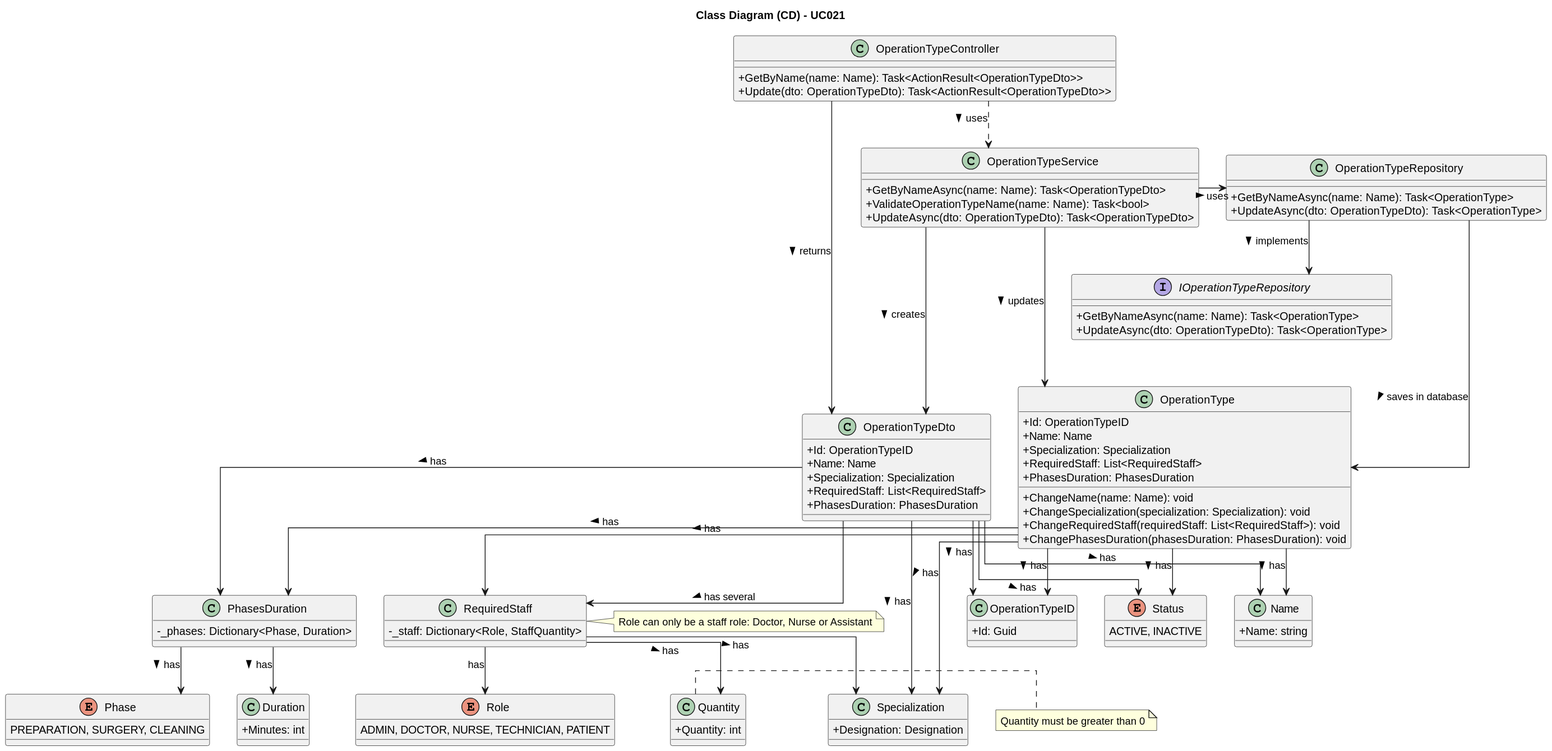
This is docs/SprintA/UseCases/UC021/03.design/svg/uc021-class-diagram.svg from 1221124/sem5pi-24-25-g031, a PlantUML export, as it was before one commit.
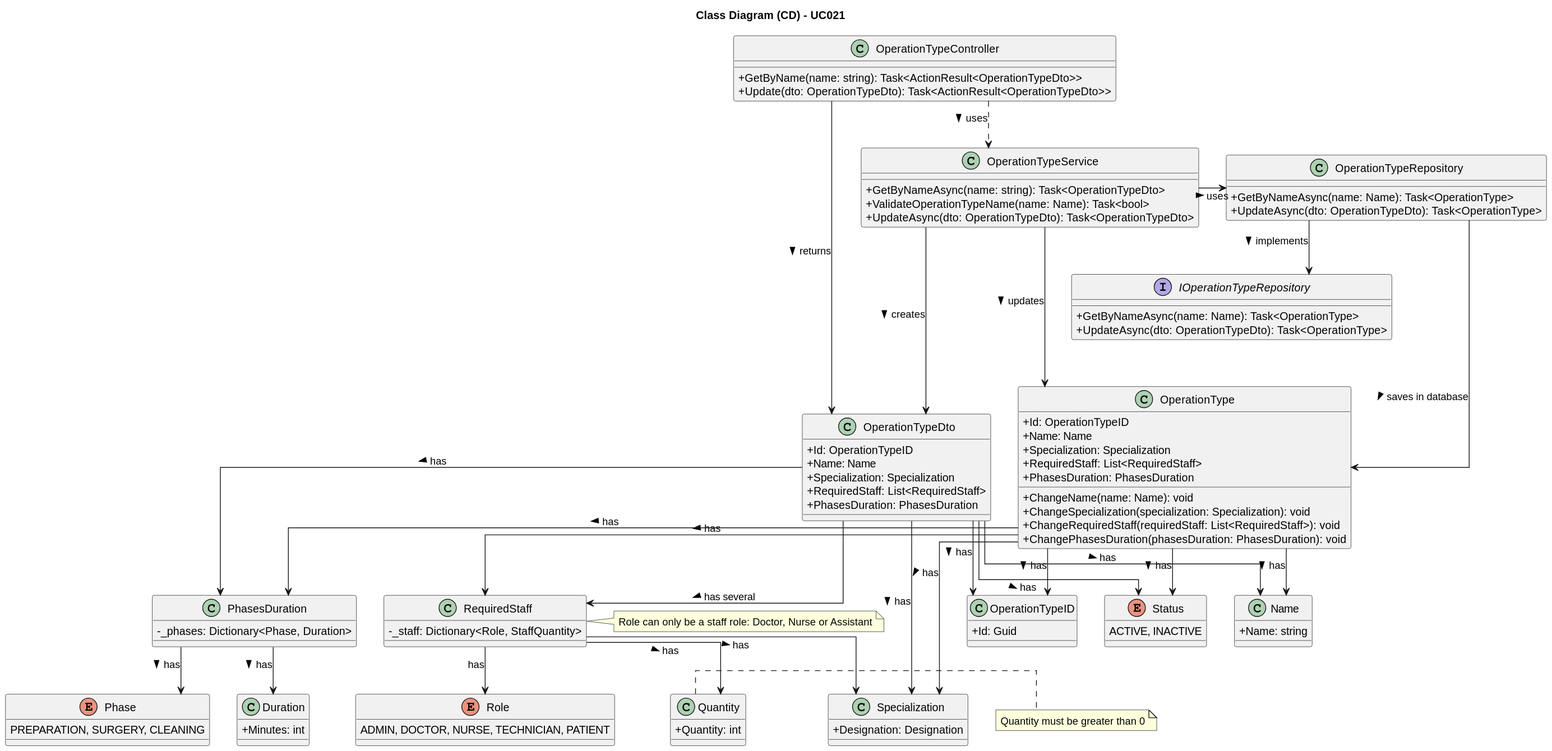
The same file after the commit.

The edit, as a diff of the source:
```diff
@@ -10,12 +10,12 @@
 title Class Diagram (CD) - UC021
 
 class OperationTypeController {
-    +GetByName(name: Name): Task<ActionResult<OperationTypeDto>>
+    +GetByName(name: string): Task<ActionResult<OperationTypeDto>>
     +Update(dto: OperationTypeDto): Task<ActionResult<OperationTypeDto>>
 }
 
 class OperationTypeService {
-    +GetByNameAsync(name: Name): Task<OperationTypeDto>
+    +GetByNameAsync(name: string): Task<OperationTypeDto>
     +ValidateOperationTypeName(name: Name): Task<bool>
     +UpdateAsync(dto: OperationTypeDto): Task<OperationTypeDto>
 }
```
